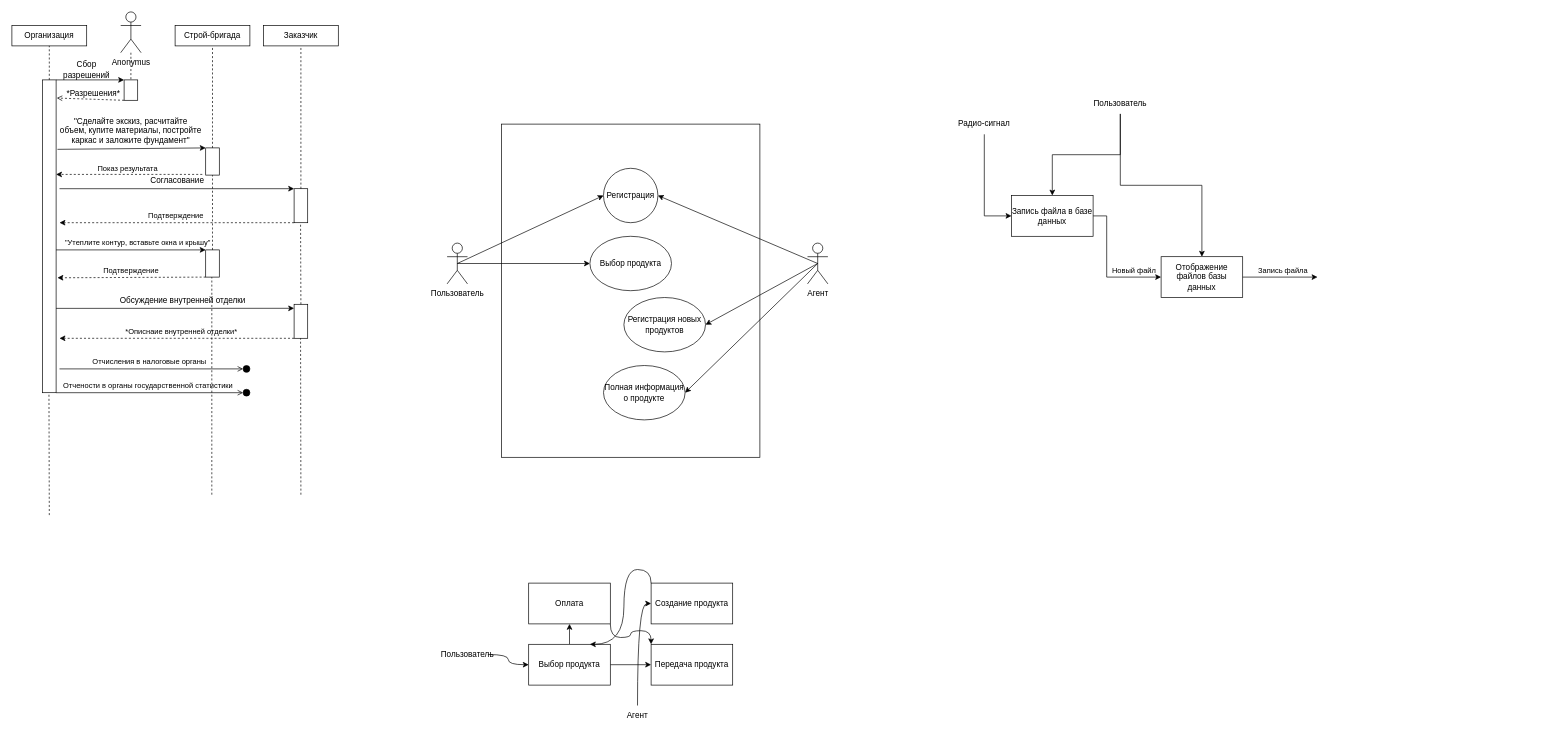
This is Диаграмма без названия.drawio from AbstractRedy/DBInteractionProgrammLab6, a draw.io file, before an edit. Source tidied: cells renumbered, new cells numbered last; positions are measured from the earlier drawing's top-left corner, leaving out a move shared by most shapes. Both pictures are drawn from the tidied source at 68%, with x=0, y=0 at pixel (12, 12).
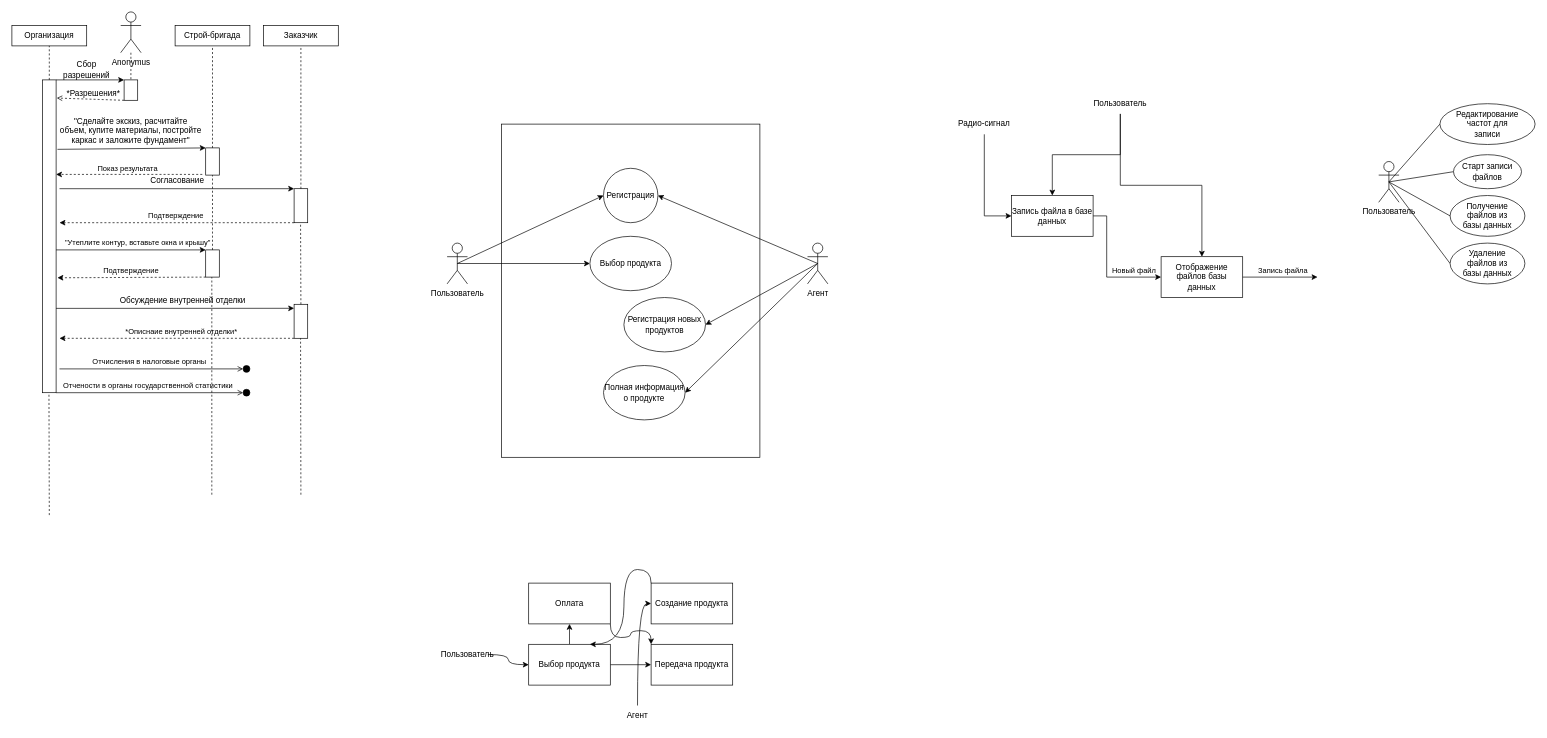
Above is the later version.

What changed in the source:
```diff
@@
+    <mxCell id="71" style="rounded=0;jettySize=auto;html=1;exitX=0.5;exitY=0.5;exitDx=0;exitDy=0;exitPerimeter=0;entryX=0;entryY=0.5;entryDx=0;entryDy=0;endArrow=none;endFill=0;strokeColor=default;" parent="1" edge="1" source="75" target="76">
+      <mxGeometry relative="1" as="geometry" />
+    </mxCell>
+    <mxCell id="72" style="rounded=0;jettySize=auto;html=1;exitX=0.5;exitY=0.5;exitDx=0;exitDy=0;exitPerimeter=0;entryX=0;entryY=0.5;entryDx=0;entryDy=0;endArrow=none;endFill=0;" parent="1" edge="1" source="75" target="77">
+      <mxGeometry relative="1" as="geometry" />
+    </mxCell>
+    <mxCell id="73" style="rounded=0;jettySize=auto;html=1;exitX=0.5;exitY=0.5;exitDx=0;exitDy=0;exitPerimeter=0;entryX=0;entryY=0.5;entryDx=0;entryDy=0;endArrow=none;endFill=0;" parent="1" edge="1" source="75" target="78">
+      <mxGeometry relative="1" as="geometry" />
+    </mxCell>
+    <mxCell id="74" style="rounded=0;jettySize=auto;html=1;exitX=0.5;exitY=0.5;exitDx=0;exitDy=0;exitPerimeter=0;entryX=0;entryY=0.5;entryDx=0;entryDy=0;endArrow=none;endFill=0;" parent="1" edge="1" source="75" target="79">
+      <mxGeometry relative="1" as="geometry" />
+    </mxCell>
+    <mxCell id="75" value="Пользователь" style="shape=umlActor;verticalLabelPosition=bottom;verticalAlign=top;html=1;outlineConnect=0;" parent="1" vertex="1">
+      <mxGeometry x="2010" y="220" width="30" height="60" as="geometry" />
+    </mxCell>
+    <mxCell id="76" value="Редактирование&lt;br&gt;частот для&lt;br&gt;записи" style="ellipse;whiteSpace=wrap;html=1;" parent="1" vertex="1">
+      <mxGeometry x="2100" y="135" width="140" height="60" as="geometry" />
+    </mxCell>
+    <mxCell id="77" value="Старт записи файлов" style="ellipse;whiteSpace=wrap;html=1;" parent="1" vertex="1">
+      <mxGeometry x="2120" y="210" width="100" height="50" as="geometry" />
+    </mxCell>
+    <mxCell id="78" value="Получение &lt;br&gt;файлов из&lt;br&gt;базы данных" style="ellipse;whiteSpace=wrap;html=1;" parent="1" vertex="1">
+      <mxGeometry x="2115" y="270" width="110" height="60" as="geometry" />
+    </mxCell>
+    <mxCell id="79" value="Удаление&lt;br&gt;файлов из&lt;br&gt;базы данных" style="ellipse;whiteSpace=wrap;html=1;" parent="1" vertex="1">
+      <mxGeometry x="2115" y="340" width="110" height="60" as="geometry" />
+    </mxCell>
```
